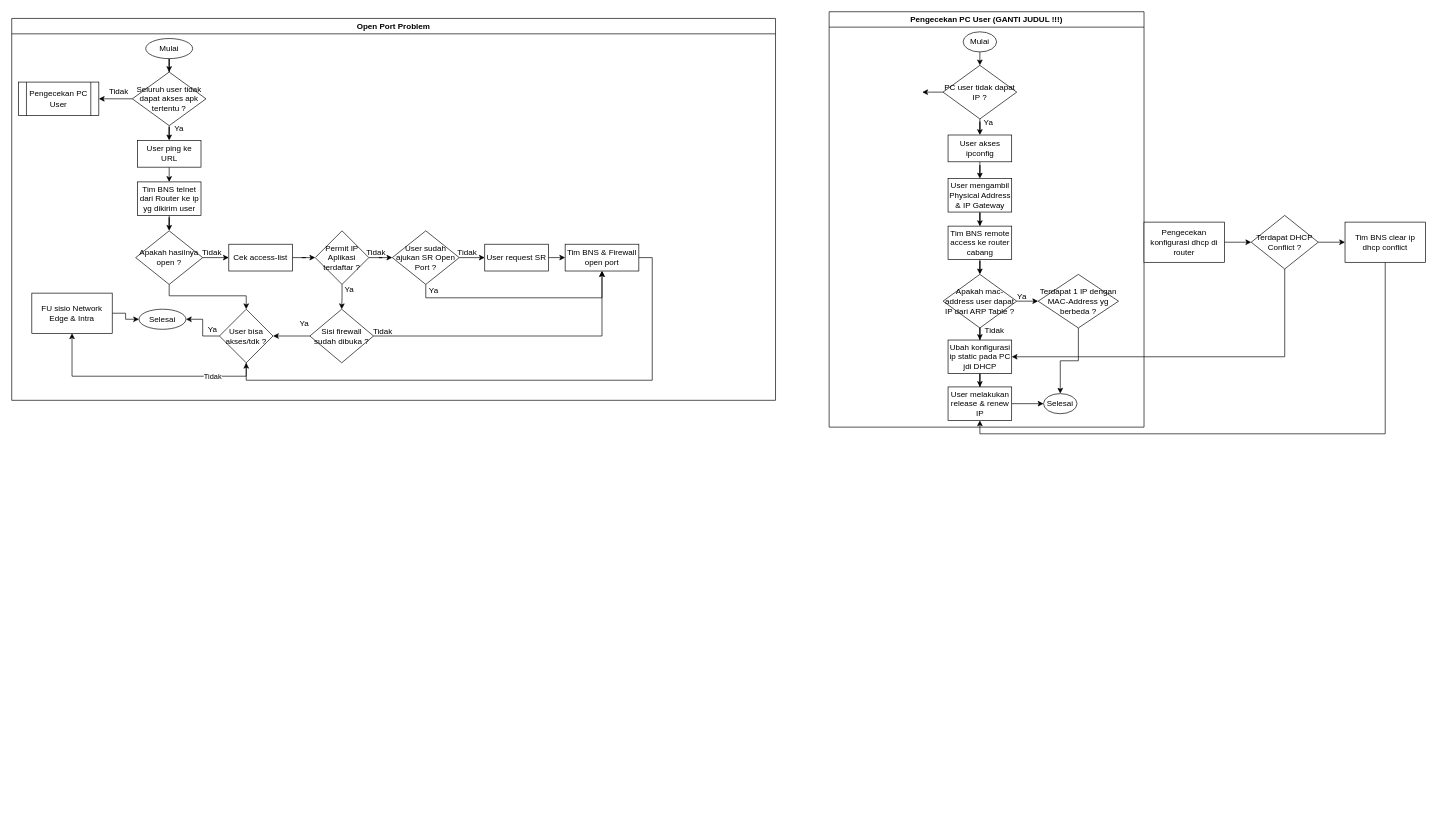
Before: page "Access Problem" (2 of 3) of Checklink Problem.drawio in AndreaB54/Flowchart-Troubleshooting, a draw.io diagram. Source tidied: cells renumbered, new cells numbered last; positions are measured from the earlier drawing's top-left corner, leaving out a move shared by most shapes. Both pictures are drawn from the tidied source at 67%, with x=0, y=0 at pixel (11, 11).
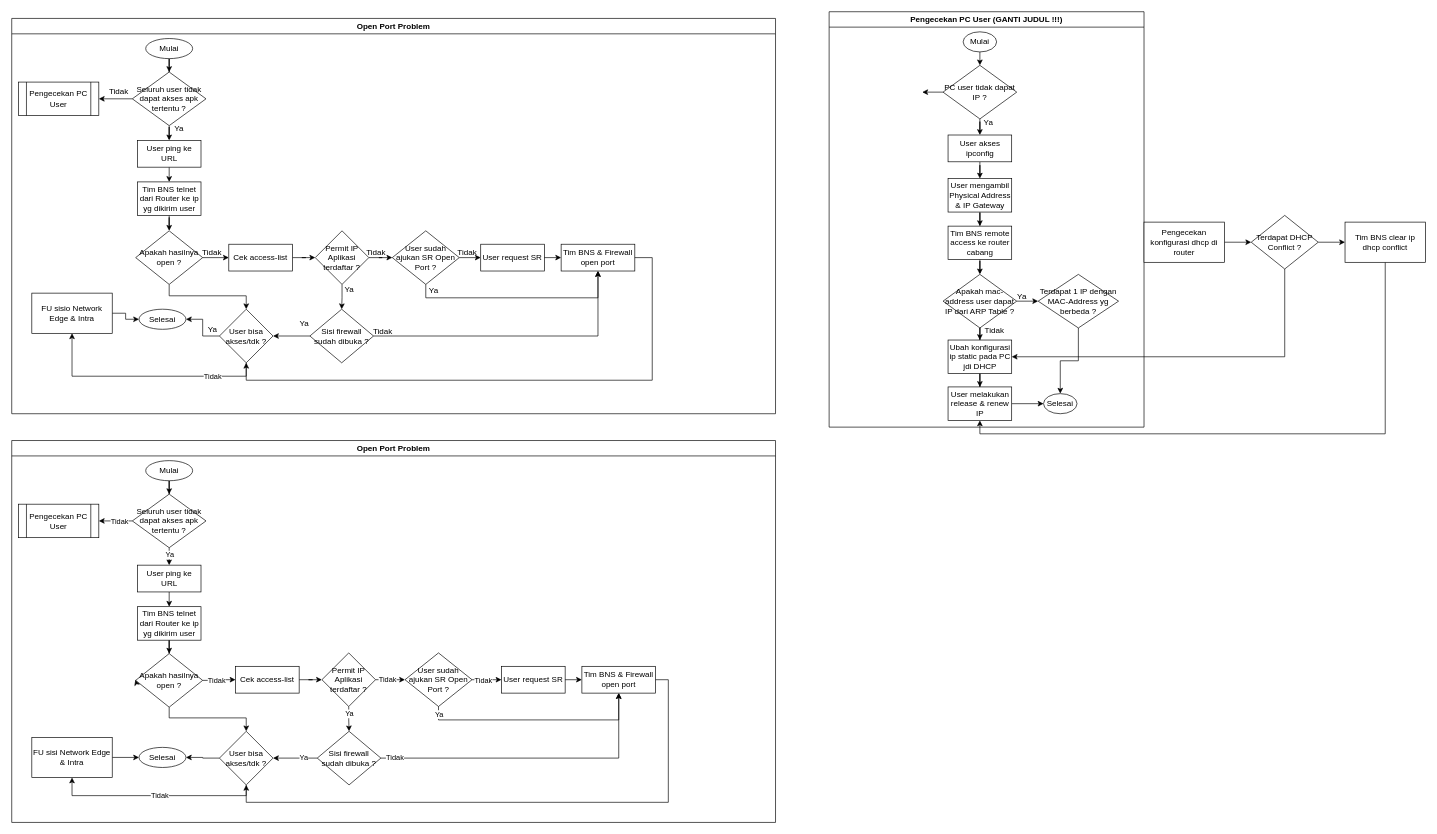
The same diagram, later.

Commit message:
Open Port Flowchart Fixed

Unchanged cells that the change refers to:
```xml
<mxCell id="23" value="Permit IP Aplikasi terdaftar ?" style="rhombus;whiteSpace=wrap;html=1;" parent="2" vertex="1">
  <mxGeometry x="453" y="317" width="80" height="80" as="geometry" />
</mxCell>
<mxCell id="25" value="Sisi firewall sudah dibuka ?" style="rhombus;whiteSpace=wrap;html=1;" parent="2" vertex="1">
  <mxGeometry x="445" y="434" width="95" height="80" as="geometry" />
</mxCell>
<mxCell id="29" value="User bisa akses/tdk ?" style="rhombus;whiteSpace=wrap;html=1;" parent="2" vertex="1">
  <mxGeometry x="310" y="434" width="80" height="80" as="geometry" />
</mxCell>
```

Change to the diagram source:
```diff
@@
     <mxCell id="2" value="Open Port Problem" style="swimlane;whiteSpace=wrap;html=1;" parent="1" vertex="1">
-      <mxGeometry y="10" width="1140" height="570" as="geometry" />
+      <mxGeometry y="10" width="1140" height="590" as="geometry" />
     </mxCell>
@@
+    <mxCell id="35" value="User sudah ajukan SR Open Port ?" style="rhombus;whiteSpace=wrap;html=1;" parent="2" vertex="1">
+      <mxGeometry x="568" y="317" width="100" height="80" as="geometry" />
+    </mxCell>
+    <mxCell id="36" style="edgeStyle=orthogonalEdgeStyle;rounded=0;jettySize=auto;html=1;" parent="2" edge="1" source="23" target="35">
+      <mxGeometry relative="1" as="geometry" />
+    </mxCell>
+    <mxCell id="40" value="User request SR" style="rounded=0;whiteSpace=wrap;html=1;" parent="2" vertex="1">
+      <mxGeometry x="700" y="337" width="95" height="40" as="geometry" />
+    </mxCell>
+    <mxCell id="42" value="Tim BNS &amp;amp; Firewall open port" style="rounded=0;whiteSpace=wrap;html=1;" parent="2" vertex="1">
+      <mxGeometry x="820" y="337" width="110" height="40" as="geometry" />
+    </mxCell>
-    <mxCell id="33" style="edgeStyle=orthogonalEdgeStyle;rounded=0;jettySize=auto;html=1;exitX=1;exitY=0.5;exitDx=0;exitDy=0;entryX=0;entryY=0.5;entryDx=0;entryDy=0;" parent="1" edge="1" source="35" target="40">
+    <mxCell id="33" style="edgeStyle=orthogonalEdgeStyle;rounded=0;jettySize=auto;html=1;exitX=1;exitY=0.5;exitDx=0;exitDy=0;entryX=0;entryY=0.5;entryDx=0;entryDy=0;" parent="2" edge="1" source="35" target="40">
       <mxGeometry relative="1" as="geometry" />
     </mxCell>
-    <mxCell id="34" style="edgeStyle=orthogonalEdgeStyle;rounded=0;jettySize=auto;html=1;exitX=0.5;exitY=1;exitDx=0;exitDy=0;entryX=0.5;entryY=1;entryDx=0;entryDy=0;" parent="1" edge="1" source="35" target="42">
+    <mxCell id="34" style="edgeStyle=orthogonalEdgeStyle;rounded=0;jettySize=auto;html=1;exitX=0.5;exitY=1;exitDx=0;exitDy=0;entryX=0.5;entryY=1;entryDx=0;entryDy=0;" parent="2" edge="1" source="35" target="42">
       <mxGeometry relative="1" as="geometry" />
     </mxCell>
-    <mxCell id="35" value="User sudah ajukan SR Open Port ?" style="rhombus;whiteSpace=wrap;html=1;" parent="1" vertex="1">
-      <mxGeometry x="568" y="327" width="100" height="80" as="geometry" />
-    </mxCell>
-    <mxCell id="36" style="edgeStyle=orthogonalEdgeStyle;rounded=0;jettySize=auto;html=1;" parent="1" edge="1" source="23" target="35">
-      <mxGeometry relative="1" as="geometry" />
-    </mxCell>
+    <mxCell id="39" style="edgeStyle=orthogonalEdgeStyle;rounded=0;jettySize=auto;html=1;exitX=1;exitY=0.5;exitDx=0;exitDy=0;entryX=0;entryY=0.5;entryDx=0;entryDy=0;" parent="2" edge="1" source="40" target="42">
+      <mxGeometry relative="1" as="geometry" />
+    </mxCell>
+    <mxCell id="41" style="edgeStyle=orthogonalEdgeStyle;rounded=0;jettySize=auto;html=1;exitX=1;exitY=0.5;exitDx=0;exitDy=0;entryX=0.5;entryY=1;entryDx=0;entryDy=0;" parent="2" edge="1" source="42" target="29">
+      <mxGeometry relative="1" as="geometry">
+        <Array as="points">
+          <mxPoint x="956" y="357" />
+          <mxPoint x="956" y="540" />
+          <mxPoint x="350" y="540" />
+        </Array>
+      </mxGeometry>
+    </mxCell>
+    <mxCell id="45" style="edgeStyle=orthogonalEdgeStyle;rounded=0;jettySize=auto;html=1;exitX=1;exitY=0.5;exitDx=0;exitDy=0;entryX=0.5;entryY=1;entryDx=0;entryDy=0;" parent="2" edge="1" source="25" target="42">
+      <mxGeometry relative="1" as="geometry" />
+    </mxCell>
@@
-    <mxCell id="39" style="edgeStyle=orthogonalEdgeStyle;rounded=0;jettySize=auto;html=1;exitX=1;exitY=0.5;exitDx=0;exitDy=0;entryX=0;entryY=0.5;entryDx=0;entryDy=0;" parent="1" edge="1" source="40" target="42">
-      <mxGeometry relative="1" as="geometry" />
-    </mxCell>
-    <mxCell id="40" value="User request SR" style="rounded=0;whiteSpace=wrap;html=1;" parent="1" vertex="1">
-      <mxGeometry x="706" y="347" width="95" height="40" as="geometry" />
-    </mxCell>
-    <mxCell id="41" style="edgeStyle=orthogonalEdgeStyle;rounded=0;jettySize=auto;html=1;exitX=1;exitY=0.5;exitDx=0;exitDy=0;entryX=0.5;entryY=1;entryDx=0;entryDy=0;" parent="1" edge="1" source="42" target="29">
-      <mxGeometry relative="1" as="geometry">
-        <Array as="points">
-          <mxPoint x="956" y="367" />
-          <mxPoint x="956" y="550" />
-          <mxPoint x="350" y="550" />
-        </Array>
-      </mxGeometry>
-    </mxCell>
-    <mxCell id="42" value="Tim BNS &amp;amp; Firewall open port" style="rounded=0;whiteSpace=wrap;html=1;" parent="1" vertex="1">
-      <mxGeometry x="826" y="347" width="110" height="40" as="geometry" />
-    </mxCell>
@@
-    <mxCell id="45" style="edgeStyle=orthogonalEdgeStyle;rounded=0;jettySize=auto;html=1;exitX=1;exitY=0.5;exitDx=0;exitDy=0;entryX=0.5;entryY=1;entryDx=0;entryDy=0;" parent="1" edge="1" source="25" target="42">
-      <mxGeometry relative="1" as="geometry" />
-    </mxCell>
@@
+    <mxCell id="81" value="Open Port Problem" style="swimlane;whiteSpace=wrap;html=1;" parent="1" vertex="1">
+      <mxGeometry y="640" width="1140" height="570" as="geometry" />
+    </mxCell>
+    <mxCell id="82" style="edgeStyle=orthogonalEdgeStyle;rounded=0;jettySize=auto;html=1;exitX=0.5;exitY=1;exitDx=0;exitDy=0;" parent="81" edge="1" source="83" target="88">
+      <mxGeometry relative="1" as="geometry" />
+    </mxCell>
+    <mxCell id="83" value="Mulai" style="ellipse;whiteSpace=wrap;html=1;" parent="81" vertex="1">
+      <mxGeometry x="200" y="30" width="70" height="30" as="geometry" />
+    </mxCell>
+    <mxCell id="84" style="edgeStyle=orthogonalEdgeStyle;rounded=0;jettySize=auto;html=1;" parent="81" edge="1" source="88" target="89">
+      <mxGeometry relative="1" as="geometry" />
+    </mxCell>
+    <mxCell id="85" value="Tidak" style="edgeLabel;html=1;align=center;verticalAlign=middle;" parent="84" vertex="1">
+      <mxGeometry x="-0.23" y="1" relative="1" as="geometry">
+        <mxPoint x="-1" y="-1" as="offset" />
+      </mxGeometry>
+    </mxCell>
+    <mxCell id="86" style="edgeStyle=orthogonalEdgeStyle;rounded=0;jettySize=auto;html=1;exitX=0.5;exitY=1;exitDx=0;exitDy=0;" parent="81" edge="1" source="88" target="91">
+      <mxGeometry relative="1" as="geometry" />
+    </mxCell>
+    <mxCell id="87" value="Ya" style="edgeLabel;html=1;align=center;verticalAlign=middle;" parent="86" vertex="1">
+      <mxGeometry x="0.42" relative="1" as="geometry" />
+    </mxCell>
+    <mxCell id="88" value="Seluruh user tidak dapat akses apk tertentu ?" style="rhombus;whiteSpace=wrap;html=1;" parent="81" vertex="1">
+      <mxGeometry x="180" y="80" width="110" height="80" as="geometry" />
+    </mxCell>
+    <mxCell id="89" value="Pengecekan PC User" style="shape=process;whiteSpace=wrap;html=1;backgroundOutline=1;" parent="81" vertex="1">
+      <mxGeometry x="10" y="95" width="120" height="50" as="geometry" />
+    </mxCell>
+    <mxCell id="90" style="edgeStyle=orthogonalEdgeStyle;rounded=0;jettySize=auto;html=1;exitX=0.5;exitY=1;exitDx=0;exitDy=0;entryX=0.5;entryY=0;entryDx=0;entryDy=0;" parent="81" edge="1" source="91" target="93">
+      <mxGeometry relative="1" as="geometry" />
+    </mxCell>
+    <mxCell id="91" value="User ping ke URL" style="rounded=0;whiteSpace=wrap;html=1;" parent="81" vertex="1">
+      <mxGeometry x="187.5" y="186" width="95" height="40" as="geometry" />
+    </mxCell>
+    <mxCell id="92" style="edgeStyle=orthogonalEdgeStyle;rounded=0;jettySize=auto;html=1;exitX=0.5;exitY=1;exitDx=0;exitDy=0;" parent="81" edge="1" source="93" target="98">
+      <mxGeometry relative="1" as="geometry" />
+    </mxCell>
+    <mxCell id="93" value="Tim BNS telnet dari Router ke ip yg dikirim user" style="rounded=0;whiteSpace=wrap;html=1;" parent="81" vertex="1">
+      <mxGeometry x="187.5" y="248" width="95" height="50" as="geometry" />
+    </mxCell>
+    <mxCell id="94" style="edgeStyle=orthogonalEdgeStyle;rounded=0;jettySize=auto;html=1;exitX=1;exitY=0.5;exitDx=0;exitDy=0;entryX=0;entryY=0.5;entryDx=0;entryDy=0;" parent="81" edge="1" source="98" target="100">
+      <mxGeometry relative="1" as="geometry" />
+    </mxCell>
+    <mxCell id="95" value="Tidak" style="edgeLabel;html=1;align=center;verticalAlign=middle;" parent="94" vertex="1">
+      <mxGeometry x="-0.21" y="1" relative="1" as="geometry" />
+    </mxCell>
+    <mxCell id="96" style="edgeStyle=orthogonalEdgeStyle;rounded=0;jettySize=auto;html=1;exitX=0;exitY=0.5;exitDx=0;exitDy=0;" parent="81" edge="1" source="98">
+      <mxGeometry relative="1" as="geometry">
+        <mxPoint x="184.7" y="357" as="targetPoint" />
+      </mxGeometry>
+    </mxCell>
+    <mxCell id="97" style="edgeStyle=orthogonalEdgeStyle;rounded=0;jettySize=auto;html=1;exitX=0.5;exitY=1;exitDx=0;exitDy=0;" parent="81" edge="1" source="98" target="111">
+      <mxGeometry relative="1" as="geometry">
+        <Array as="points">
+          <mxPoint x="235" y="414" />
+          <mxPoint x="350" y="414" />
+        </Array>
+      </mxGeometry>
+    </mxCell>
+    <mxCell id="98" value="Apakah hasilnya open ?" style="rhombus;whiteSpace=wrap;html=1;" parent="81" vertex="1">
+      <mxGeometry x="185" y="318" width="100" height="80" as="geometry" />
+    </mxCell>
+    <mxCell id="99" style="edgeStyle=orthogonalEdgeStyle;rounded=0;jettySize=auto;html=1;" parent="81" edge="1" source="100" target="104">
+      <mxGeometry relative="1" as="geometry" />
+    </mxCell>
+    <mxCell id="100" value="Cek access-list" style="rounded=0;whiteSpace=wrap;html=1;" parent="81" vertex="1">
+      <mxGeometry x="334" y="337" width="95" height="40" as="geometry" />
+    </mxCell>
+    <mxCell id="101" value="Selesai" style="ellipse;whiteSpace=wrap;html=1;" parent="81" vertex="1">
+      <mxGeometry x="190" y="458" width="70" height="30" as="geometry" />
+    </mxCell>
+    <mxCell id="102" style="edgeStyle=orthogonalEdgeStyle;rounded=0;jettySize=auto;html=1;" parent="81" edge="1" source="104" target="107">
+      <mxGeometry relative="1" as="geometry" />
+    </mxCell>
+    <mxCell id="103" value="Ya" style="edgeLabel;html=1;align=center;verticalAlign=middle;" parent="102" vertex="1">
+      <mxGeometry x="-0.49" relative="1" as="geometry" />
+    </mxCell>
+    <mxCell id="104" value="Permit IP Aplikasi terdaftar ?" style="rhombus;whiteSpace=wrap;html=1;" parent="81" vertex="1">
+      <mxGeometry x="463" y="317" width="80" height="80" as="geometry" />
+    </mxCell>
+    <mxCell id="105" style="edgeStyle=orthogonalEdgeStyle;rounded=0;jettySize=auto;html=1;exitX=0;exitY=0.5;exitDx=0;exitDy=0;entryX=1;entryY=0.5;entryDx=0;entryDy=0;" parent="81" edge="1" source="107" target="111">
+      <mxGeometry relative="1" as="geometry" />
+    </mxCell>
+    <mxCell id="106" value="Ya" style="edgeLabel;html=1;align=center;verticalAlign=middle;" parent="105" vertex="1">
+      <mxGeometry x="-0.37" y="-1" relative="1" as="geometry" />
+    </mxCell>
+    <mxCell id="107" value="Sisi firewall sudah dibuka ?" style="rhombus;whiteSpace=wrap;html=1;" parent="81" vertex="1">
+      <mxGeometry x="456" y="434" width="95" height="80" as="geometry" />
+    </mxCell>
+    <mxCell id="108" style="edgeStyle=orthogonalEdgeStyle;rounded=0;jettySize=auto;html=1;exitX=0;exitY=0.5;exitDx=0;exitDy=0;" parent="81" edge="1" source="111" target="101">
+      <mxGeometry relative="1" as="geometry" />
+    </mxCell>
+    <mxCell id="109" style="edgeStyle=orthogonalEdgeStyle;rounded=0;jettySize=auto;html=1;exitX=0.5;exitY=1;exitDx=0;exitDy=0;entryX=0.5;entryY=1;entryDx=0;entryDy=0;" parent="81" edge="1" source="111" target="113">
+      <mxGeometry relative="1" as="geometry">
+        <Array as="points">
+          <mxPoint x="350.1" y="530" />
+          <mxPoint x="90.1" y="530" />
+        </Array>
+      </mxGeometry>
+    </mxCell>
+    <mxCell id="110" value="Tidak" style="edgeLabel;html=1;align=center;verticalAlign=middle;" parent="109" vertex="1">
+      <mxGeometry x="-0.59" y="-1" relative="1" as="geometry">
+        <mxPoint x="-84" as="offset" />
+      </mxGeometry>
+    </mxCell>
+    <mxCell id="111" value="User bisa akses/tdk ?" style="rhombus;whiteSpace=wrap;html=1;" parent="81" vertex="1">
+      <mxGeometry x="310" y="434" width="80" height="80" as="geometry" />
+    </mxCell>
+    <mxCell id="112" style="edgeStyle=orthogonalEdgeStyle;rounded=0;jettySize=auto;html=1;exitX=1;exitY=0.5;exitDx=0;exitDy=0;entryX=0;entryY=0.5;entryDx=0;entryDy=0;" parent="81" edge="1" source="113" target="101">
+      <mxGeometry relative="1" as="geometry" />
+    </mxCell>
+    <mxCell id="113" value="FU sisi Network Edge &amp;amp; Intra" style="rounded=0;whiteSpace=wrap;html=1;" parent="81" vertex="1">
+      <mxGeometry x="30" y="443" width="120" height="60" as="geometry" />
+    </mxCell>
+    <mxCell id="114" value="User sudah ajukan SR Open Port ?" style="rhombus;whiteSpace=wrap;html=1;" parent="81" vertex="1">
+      <mxGeometry x="587" y="317" width="100" height="80" as="geometry" />
+    </mxCell>
+    <mxCell id="115" style="edgeStyle=orthogonalEdgeStyle;rounded=0;jettySize=auto;html=1;" parent="81" edge="1" source="104" target="114">
+      <mxGeometry relative="1" as="geometry" />
+    </mxCell>
+    <mxCell id="116" value="Tidak" style="edgeLabel;html=1;align=center;verticalAlign=middle;" parent="115" vertex="1">
+      <mxGeometry x="-0.5" y="1" relative="1" as="geometry">
+        <mxPoint x="6" as="offset" />
+      </mxGeometry>
+    </mxCell>
+    <mxCell id="117" value="User request SR" style="rounded=0;whiteSpace=wrap;html=1;" parent="81" vertex="1">
+      <mxGeometry x="731" y="337" width="95" height="40" as="geometry" />
+    </mxCell>
+    <mxCell id="118" value="Tim BNS &amp;amp; Firewall open port" style="rounded=0;whiteSpace=wrap;html=1;" parent="81" vertex="1">
+      <mxGeometry x="851" y="337" width="110" height="40" as="geometry" />
+    </mxCell>
+    <mxCell id="119" style="edgeStyle=orthogonalEdgeStyle;rounded=0;jettySize=auto;html=1;exitX=1;exitY=0.5;exitDx=0;exitDy=0;entryX=0;entryY=0.5;entryDx=0;entryDy=0;" parent="81" edge="1" source="114" target="117">
+      <mxGeometry relative="1" as="geometry" />
+    </mxCell>
+    <mxCell id="120" value="Tidak" style="edgeLabel;html=1;align=center;verticalAlign=middle;" parent="119" vertex="1">
+      <mxGeometry x="-0.39" relative="1" as="geometry">
+        <mxPoint x="3" as="offset" />
+      </mxGeometry>
+    </mxCell>
+    <mxCell id="121" style="edgeStyle=orthogonalEdgeStyle;rounded=0;jettySize=auto;html=1;exitX=0.5;exitY=1;exitDx=0;exitDy=0;entryX=0.5;entryY=1;entryDx=0;entryDy=0;" parent="81" edge="1" source="114" target="118">
+      <mxGeometry relative="1" as="geometry" />
+    </mxCell>
+    <mxCell id="122" value="Ya" style="edgeLabel;html=1;align=center;verticalAlign=middle;" parent="121" vertex="1">
+      <mxGeometry x="-0.96" y="-1" relative="1" as="geometry">
+        <mxPoint x="1" y="4" as="offset" />
+      </mxGeometry>
+    </mxCell>
+    <mxCell id="123" style="edgeStyle=orthogonalEdgeStyle;rounded=0;jettySize=auto;html=1;exitX=1;exitY=0.5;exitDx=0;exitDy=0;entryX=0;entryY=0.5;entryDx=0;entryDy=0;" parent="81" edge="1" source="117" target="118">
+      <mxGeometry relative="1" as="geometry" />
+    </mxCell>
+    <mxCell id="124" style="edgeStyle=orthogonalEdgeStyle;rounded=0;jettySize=auto;html=1;exitX=1;exitY=0.5;exitDx=0;exitDy=0;entryX=0.5;entryY=1;entryDx=0;entryDy=0;" parent="81" edge="1" source="118" target="111">
+      <mxGeometry relative="1" as="geometry">
+        <Array as="points">
+          <mxPoint x="980" y="357" />
+          <mxPoint x="980" y="540" />
+          <mxPoint x="350" y="540" />
+        </Array>
+      </mxGeometry>
+    </mxCell>
+    <mxCell id="125" style="edgeStyle=orthogonalEdgeStyle;rounded=0;jettySize=auto;html=1;exitX=1;exitY=0.5;exitDx=0;exitDy=0;entryX=0.5;entryY=1;entryDx=0;entryDy=0;" parent="81" edge="1" source="107" target="118">
+      <mxGeometry relative="1" as="geometry" />
+    </mxCell>
+    <mxCell id="126" value="Tidak" style="edgeLabel;html=1;align=center;verticalAlign=middle;" parent="125" vertex="1">
+      <mxGeometry x="-0.91" y="1" relative="1" as="geometry" />
+    </mxCell>
```
